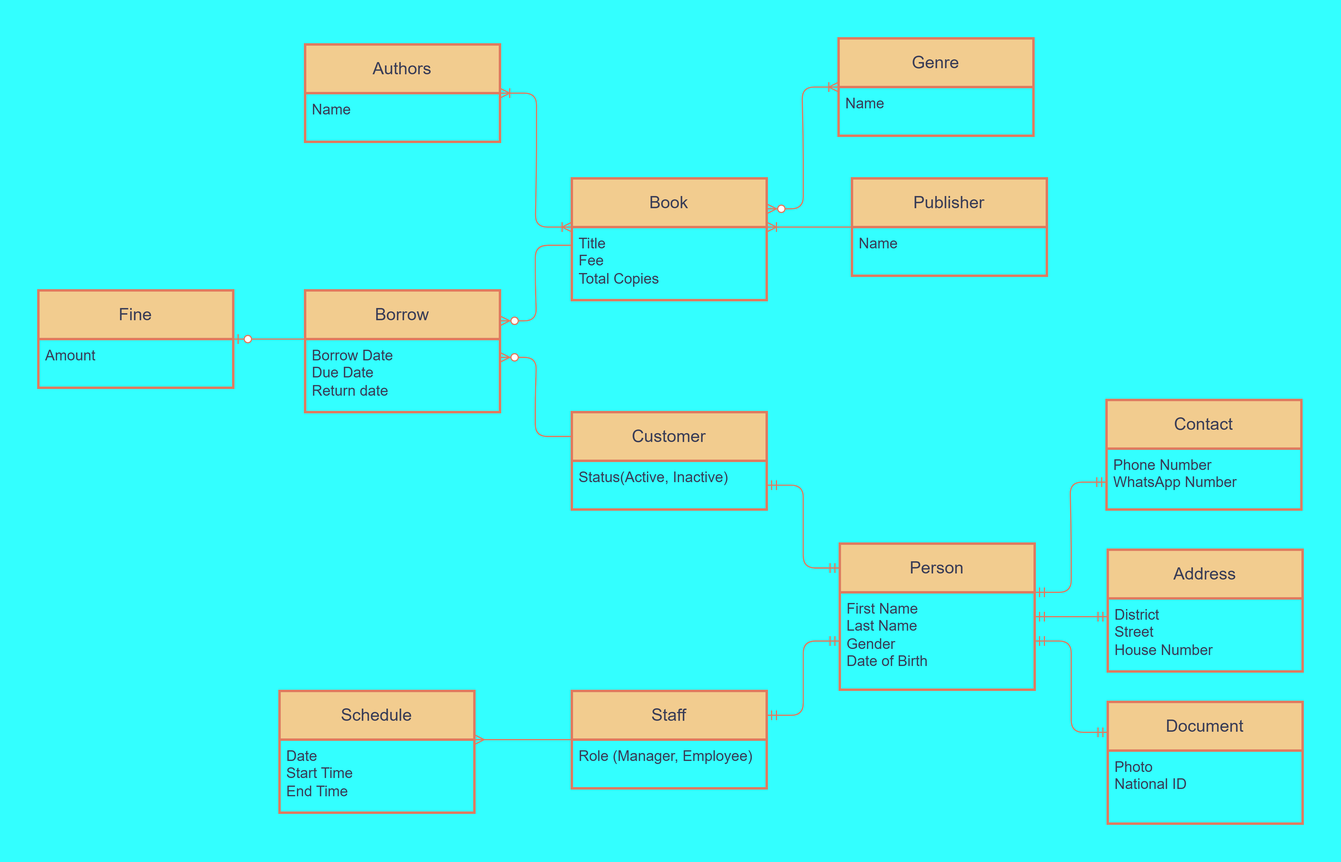
reza720/database-projects-collection keeps this draw.io diagram as Library Database System/assets/ERD.png. Above is the earlier version. Source tidied: cells renumbered, new cells last; positions are measured from the earlier drawing's top-left corner, leaving out a move shared by most shapes.
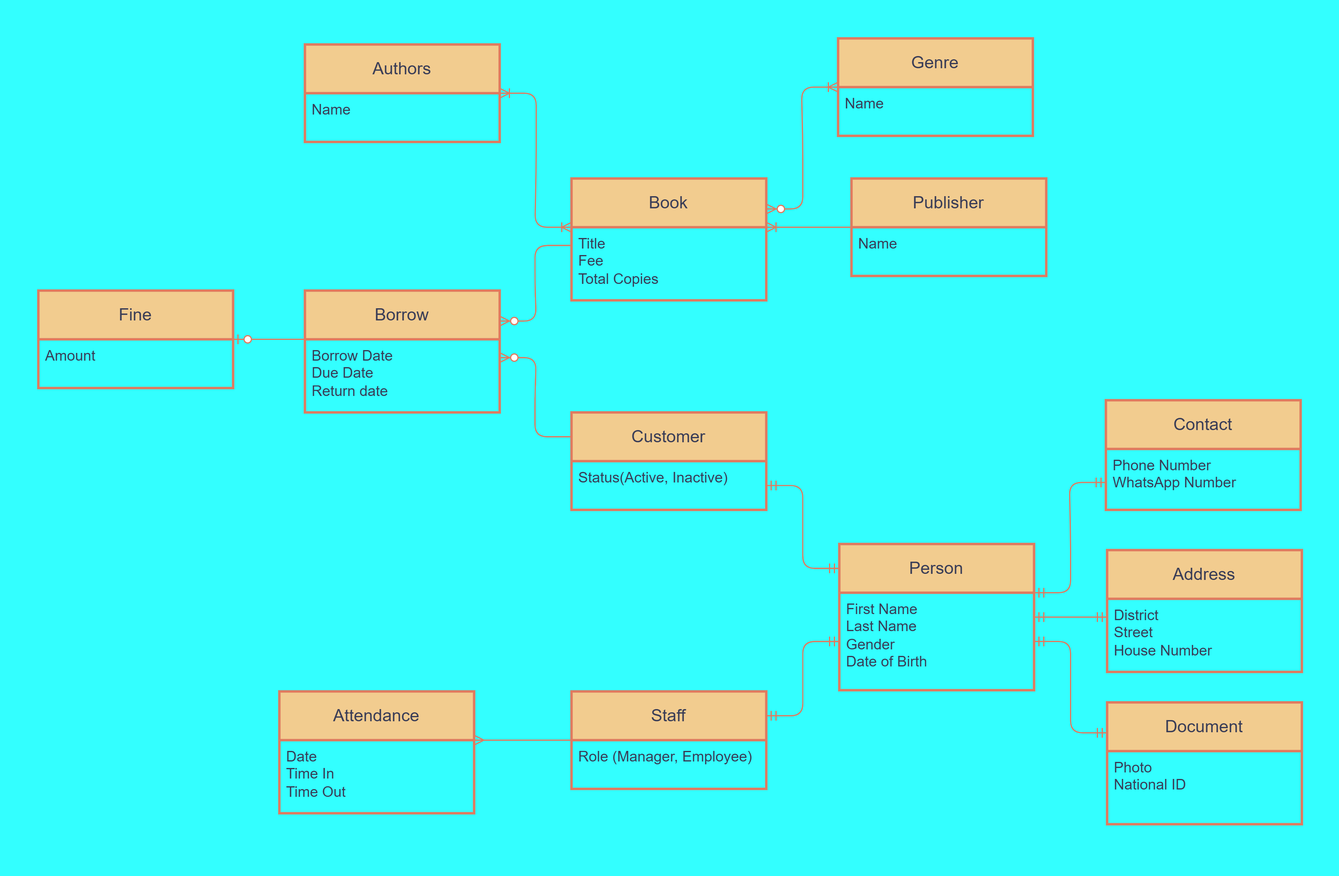
Above is the later version.

Change to the diagram source:
```diff
@@ -53,12 +53,15 @@
     <mxCell id="18" style="edgeStyle=entityRelationEdgeStyle;fontSize=12;html=1;endArrow=ERmandOne;startArrow=ERmandOne;rounded=1;exitX=1;exitY=0.25;exitDx=0;exitDy=0;entryX=0;entryY=0.5;entryDx=0;entryDy=0;labelBackgroundColor=none;strokeColor=#E07A5F;fontColor=default;" parent="1" edge="1" source="13" target="3">
       <mxGeometry relative="1" as="geometry" />
     </mxCell>
-    <mxCell id="19" value="Schedule" style="swimlane;horizontal=1;startSize=40;rounded=1;fontSize=14;fontStyle=0;strokeWidth=2;shadow=0;dashed=0;align=center;arcSize=0;whiteSpace=wrap;html=1;labelBackgroundColor=none;fillColor=#F2CC8F;strokeColor=#E07A5F;fontColor=#393C56;" parent="1" vertex="1">
+    <mxCell id="19" value="&lt;p&gt;Attendance&lt;/p&gt;" style="swimlane;horizontal=1;startSize=40;rounded=1;fontSize=14;fontStyle=0;strokeWidth=2;shadow=0;dashed=0;align=center;arcSize=0;whiteSpace=wrap;html=1;labelBackgroundColor=none;fillColor=#F2CC8F;strokeColor=#E07A5F;fontColor=#393C56;" parent="1" vertex="1">
       <mxGeometry x="198" y="536" width="160" height="100" as="geometry" />
     </mxCell>
-    <mxCell id="20" value="Date&lt;div&gt;Start Time&lt;/div&gt;&lt;div&gt;End Time&lt;/div&gt;&lt;div&gt;&lt;br&gt;&lt;/div&gt;" style="align=left;strokeColor=none;fillColor=none;spacingLeft=4;spacingRight=4;fontSize=12;verticalAlign=top;html=1;whiteSpace=wrap;rounded=1;labelBackgroundColor=none;fontColor=#393C56;" parent="19" vertex="1">
+    <mxCell id="20" value="Date&lt;div&gt;Time In&lt;/div&gt;&lt;div&gt;Time Out&lt;/div&gt;" style="align=left;strokeColor=none;fillColor=none;spacingLeft=4;spacingRight=4;fontSize=12;verticalAlign=top;html=1;whiteSpace=wrap;rounded=1;labelBackgroundColor=none;fontColor=#393C56;" parent="19" vertex="1">
       <mxGeometry y="40" width="160" height="60" as="geometry" />
     </mxCell>
+    <mxCell id="40" value="&lt;div&gt;&lt;br&gt;&lt;/div&gt;" style="align=left;strokeColor=none;fillColor=none;spacingLeft=4;spacingRight=4;fontSize=12;verticalAlign=top;html=1;whiteSpace=wrap;rounded=1;labelBackgroundColor=none;fontColor=#393C56;" parent="19" vertex="1">
+      <mxGeometry y="100" width="160" as="geometry" />
+    </mxCell>
     <mxCell id="21" value="Book" style="swimlane;horizontal=1;startSize=40;rounded=1;fontSize=14;fontStyle=0;strokeWidth=2;shadow=0;dashed=0;align=center;arcSize=0;whiteSpace=wrap;html=1;labelBackgroundColor=none;fillColor=#F2CC8F;strokeColor=#E07A5F;fontColor=#393C56;" parent="1" vertex="1">
       <mxGeometry x="438" y="115" width="160" height="100" as="geometry" />
     </mxCell>
```
